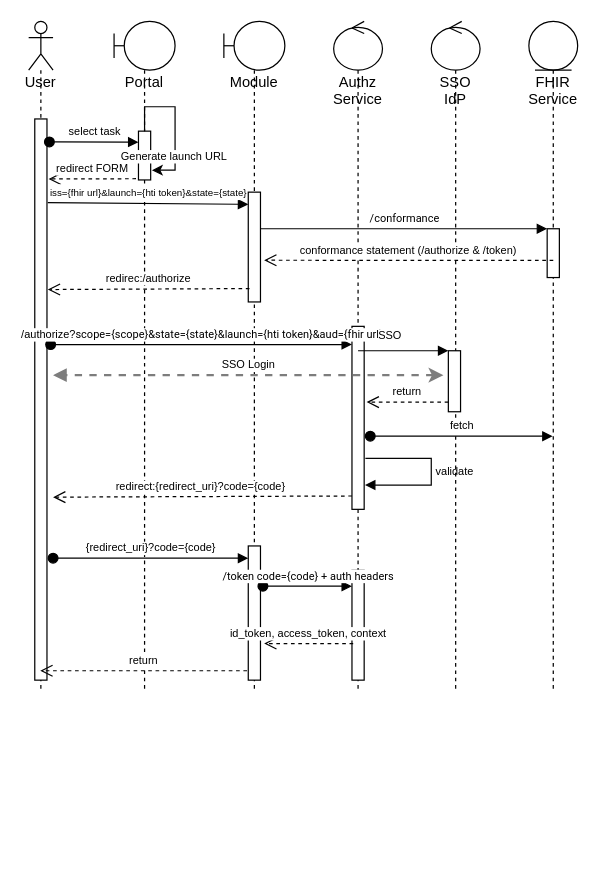
Earlier version of the draw.io diagram topics/SMART on FHIR app launch and HTI.drawio (Koppeltaal/Koppeltaal-2.0-Specificaties-en-Architectuur). Source tidied: cells renumbered, new cells numbered last; positions are measured from the earlier drawing's top-left corner, leaving out a move shared by most shapes. Both pictures are drawn from the tidied source at 122%, with x=0, y=0 at pixel (28, 21).
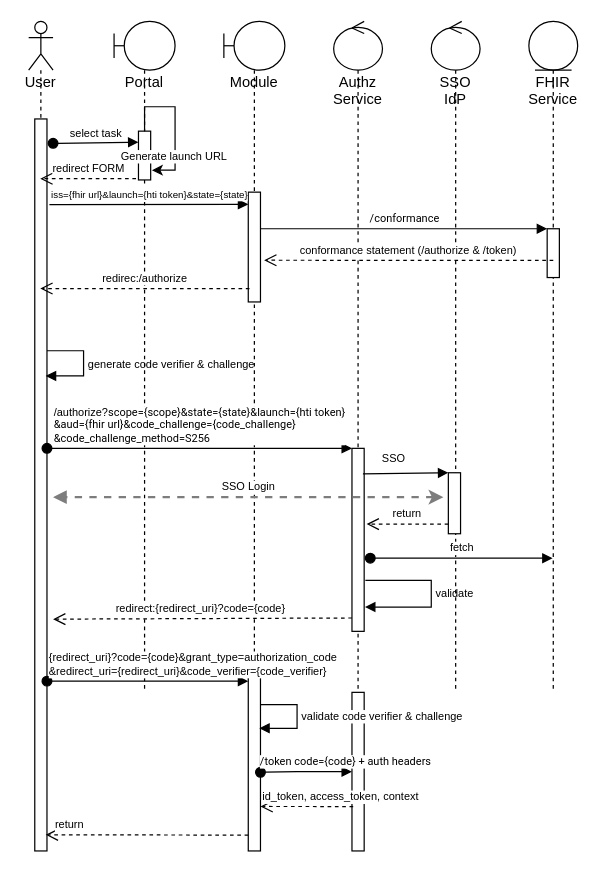
Above is the later version.

Commit message:
Adding code verifier & challenge

Unchanged cells that the change refers to:
```xml
<mxCell id="5" style="html=1;points=[];perimeter=orthogonalPerimeter;" parent="4" vertex="1">
  <mxGeometry x="20" y="90" width="10" height="40" as="geometry" />
</mxCell>
<mxCell id="9" style="html=1;points=[];perimeter=orthogonalPerimeter;fontSize=9;" parent="8" vertex="1">
  <mxGeometry x="20" y="140" width="10" height="90" as="geometry" />
</mxCell>
<mxCell id="15" value="SSO IdP" style="shape=umlLifeline;participant=umlControl;perimeter=lifelinePerimeter;whiteSpace=wrap;html=1;verticalAlign=top;spacingTop=36;" parent="1" vertex="1">
  <mxGeometry x="330" width="40" height="550" as="geometry" />
</mxCell>
<mxCell id="17" value="FHIR Service" style="shape=umlLifeline;participant=umlEntity;perimeter=lifelinePerimeter;whiteSpace=wrap;html=1;verticalAlign=top;spacingTop=36;outlineConnect=0;" parent="1" vertex="1">
  <mxGeometry x="410" width="40" height="550" as="geometry" />
</mxCell>
```

The edit, as a diff of the source:
```diff
@@
     <mxCell id="2" value="User" style="shape=umlLifeline;participant=umlActor;perimeter=lifelinePerimeter;whiteSpace=wrap;html=1;verticalAlign=top;spacingTop=36;outlineConnect=0;" parent="1" vertex="1">
-      <mxGeometry width="20" height="550" as="geometry" />
+      <mxGeometry width="20" height="680" as="geometry" />
     </mxCell>
     <mxCell id="3" style="html=1;points=[];perimeter=orthogonalPerimeter;" parent="2" vertex="1">
-      <mxGeometry x="5" y="80" width="10" height="460" as="geometry" />
+      <mxGeometry x="5" y="80" width="10" height="600" as="geometry" />
     </mxCell>
+    <mxCell id="35" value="&lt;font style=&quot;font-size: 9px;&quot;&gt;generate code verifier &amp;amp; challenge&lt;/font&gt;" style="edgeStyle=orthogonalEdgeStyle;html=1;align=left;spacingLeft=2;endArrow=block;rounded=0;entryX=0.9;entryY=0.351;entryDx=0;entryDy=0;entryPerimeter=0;" parent="2" edge="1" target="3">
+      <mxGeometry relative="1" as="geometry">
+        <mxPoint x="15" y="270" as="sourcePoint" />
+        <Array as="points">
+          <mxPoint x="45" y="270" />
+          <mxPoint x="45" y="291" />
+        </Array>
+      </mxGeometry>
+    </mxCell>
@@
     <mxCell id="8" value="Module" style="shape=umlLifeline;participant=umlBoundary;perimeter=lifelinePerimeter;whiteSpace=wrap;html=1;verticalAlign=top;spacingTop=36;" parent="1" vertex="1">
-      <mxGeometry x="160" width="50" height="550" as="geometry" />
+      <mxGeometry x="160" width="50" height="680" as="geometry" />
     </mxCell>
@@
     <mxCell id="10" style="html=1;points=[];perimeter=orthogonalPerimeter;fontSize=9;" parent="8" vertex="1">
-      <mxGeometry x="20" y="430" width="10" height="110" as="geometry" />
+      <mxGeometry x="20" y="530" width="10" height="150" as="geometry" />
     </mxCell>
     <mxCell id="11" value="Authz Service" style="shape=umlLifeline;participant=umlControl;perimeter=lifelinePerimeter;whiteSpace=wrap;html=1;verticalAlign=top;spacingTop=36;" parent="1" vertex="1">
-      <mxGeometry x="250" width="40" height="550" as="geometry" />
+      <mxGeometry x="250" width="40" height="680" as="geometry" />
     </mxCell>
     <mxCell id="12" style="html=1;points=[];perimeter=orthogonalPerimeter;fontSize=9;" parent="11" vertex="1">
-      <mxGeometry x="15" y="250" width="10" height="150" as="geometry" />
+      <mxGeometry x="15" y="350" width="10" height="150" as="geometry" />
     </mxCell>
     <mxCell id="13" style="html=1;points=[];perimeter=orthogonalPerimeter;fontSize=9;" parent="11" vertex="1">
-      <mxGeometry x="15" y="450" width="10" height="90" as="geometry" />
+      <mxGeometry x="15" y="550" width="10" height="130" as="geometry" />
     </mxCell>
     <mxCell id="14" value="validate" style="edgeStyle=orthogonalEdgeStyle;html=1;align=left;spacingLeft=2;endArrow=block;rounded=0;fontSize=9;strokeColor=#030303;strokeWidth=1;exitX=1.1;exitY=0.721;exitDx=0;exitDy=0;exitPerimeter=0;entryX=1.067;entryY=0.867;entryDx=0;entryDy=0;entryPerimeter=0;" parent="11" edge="1" source="12" target="12">
       <mxGeometry relative="1" as="geometry">
         <Array as="points">
-          <mxPoint x="80" y="358" />
-          <mxPoint x="80" y="380" />
+          <mxPoint x="80" y="458" />
+          <mxPoint x="80" y="480" />
         </Array>
       </mxGeometry>
     </mxCell>
@@
     <mxCell id="16" style="html=1;points=[];perimeter=orthogonalPerimeter;fontSize=9;" parent="15" vertex="1">
-      <mxGeometry x="14" y="270" width="10" height="50" as="geometry" />
+      <mxGeometry x="14" y="370" width="10" height="50" as="geometry" />
     </mxCell>
@@
-    <mxCell id="19" value="select task" style="html=1;verticalAlign=bottom;startArrow=oval;startFill=1;endArrow=block;startSize=8;rounded=0;fontSize=9;exitX=1.2;exitY=0.041;exitDx=0;exitDy=0;exitPerimeter=0;" parent="1" edge="1" source="3">
+    <mxCell id="19" value="select task" style="html=1;verticalAlign=bottom;startArrow=oval;startFill=1;endArrow=block;startSize=8;rounded=0;fontSize=9;" parent="1" edge="1">
       <mxGeometry relative="1" as="geometry">
+        <mxPoint x="20" y="100" as="sourcePoint" />
         <mxPoint x="90" y="99" as="targetPoint" />
       </mxGeometry>
     </mxCell>
-    <mxCell id="20" value="redirect FORM" style="html=1;verticalAlign=bottom;endArrow=open;dashed=1;endSize=8;rounded=0;exitX=-0.2;exitY=0.975;exitDx=0;exitDy=0;exitPerimeter=0;fontSize=9;entryX=1.133;entryY=0.107;entryDx=0;entryDy=0;entryPerimeter=0;" parent="1" edge="1" source="5" target="3">
+    <mxCell id="20" value="redirect FORM" style="html=1;verticalAlign=bottom;endArrow=open;dashed=1;endSize=8;rounded=0;exitX=-0.2;exitY=0.975;exitDx=0;exitDy=0;exitPerimeter=0;fontSize=9;" parent="1" edge="1" source="5" target="2">
       <mxGeometry relative="1" as="geometry" />
     </mxCell>
-    <mxCell id="21" value="&lt;span style=&quot;text-align: start;&quot; id=&quot;docs-internal-guid-1505f8b8-7fff-2bb9-398f-21b4f6429415&quot;&gt;&lt;p style=&quot;line-height: 1.2; text-align: center; margin-top: 0pt; margin-bottom: 0pt;&quot; dir=&quot;ltr&quot;&gt;&lt;span style=&quot;font-family: Asap, sans-serif; font-variant-ligatures: normal; font-variant-east-asian: normal; font-variant-position: normal; vertical-align: baseline;&quot;&gt;&lt;font style=&quot;font-size: 8px;&quot;&gt;iss={fhir url}&amp;amp;launch={hti token}&amp;amp;state={state}&lt;/font&gt;&lt;/span&gt;&lt;/p&gt;&lt;/span&gt;" style="html=1;verticalAlign=bottom;endArrow=block;rounded=0;exitX=1.067;exitY=0.149;exitDx=0;exitDy=0;exitPerimeter=0;" parent="1" edge="1" source="3">
+    <mxCell id="21" value="&lt;span style=&quot;text-align: start;&quot; id=&quot;docs-internal-guid-1505f8b8-7fff-2bb9-398f-21b4f6429415&quot;&gt;&lt;p style=&quot;line-height: 1.2; text-align: center; margin-top: 0pt; margin-bottom: 0pt;&quot; dir=&quot;ltr&quot;&gt;&lt;span style=&quot;font-family: Asap, sans-serif; font-variant-ligatures: normal; font-variant-east-asian: normal; font-variant-position: normal; vertical-align: baseline;&quot;&gt;&lt;font style=&quot;font-size: 8px;&quot;&gt;iss={fhir url}&amp;amp;launch={hti token}&amp;amp;state={state}&lt;/font&gt;&lt;/span&gt;&lt;/p&gt;&lt;/span&gt;" style="html=1;verticalAlign=bottom;endArrow=block;rounded=0;exitX=1.2;exitY=0.117;exitDx=0;exitDy=0;exitPerimeter=0;" parent="1" edge="1" source="3">
       <mxGeometry relative="1" as="geometry">
         <mxPoint x="180" y="150" as="targetPoint" />
       </mxGeometry>
     </mxCell>
@@
-    <mxCell id="24" value="&lt;span style=&quot;text-align: start;&quot; id=&quot;docs-internal-guid-549b7491-7fff-cfe8-88d7-1d511a69c36a&quot;&gt;&lt;span style=&quot;font-family: Roboto, sans-serif; font-variant-ligatures: normal; font-variant-east-asian: normal; font-variant-position: normal; vertical-align: baseline;&quot;&gt;&lt;font style=&quot;font-size: 9px;&quot;&gt;&lt;span style=&quot;font-family: Helvetica; text-align: center;&quot;&gt;/authorize?&lt;/span&gt;scope={scope}&amp;amp;state={state}&amp;amp;launch={hti token}&amp;amp;aud={fhir url}&lt;/font&gt;&lt;/span&gt;&lt;/span&gt;" style="html=1;verticalAlign=bottom;startArrow=oval;endArrow=block;startSize=8;rounded=0;fontSize=9;exitX=1.3;exitY=0.402;exitDx=0;exitDy=0;exitPerimeter=0;" parent="1" edge="1" source="3" target="12">
-      <mxGeometry relative="1" as="geometry" />
+    <mxCell id="24" value="&lt;span style=&quot;&quot; id=&quot;docs-internal-guid-549b7491-7fff-cfe8-88d7-1d511a69c36a&quot;&gt;&lt;span style=&quot;font-family: Roboto, sans-serif; font-variant-ligatures: normal; font-variant-east-asian: normal; font-variant-position: normal; vertical-align: baseline;&quot;&gt;&lt;font style=&quot;font-size: 9px;&quot;&gt;&lt;span style=&quot;font-family: Helvetica; text-align: center;&quot;&gt;/authorize?&lt;/span&gt;scope={scope}&amp;amp;state={state}&amp;amp;launch={hti token}&lt;br&gt;&lt;div style=&quot;text-align: left;&quot;&gt;&amp;amp;aud={fhir url}&amp;amp;code_challenge={code_challenge}&lt;/div&gt;&lt;div style=&quot;text-align: left;&quot;&gt;&amp;amp;code_challenge_method=S256&lt;/div&gt;&lt;/font&gt;&lt;/span&gt;&lt;/span&gt;" style="html=1;verticalAlign=bottom;startArrow=oval;endArrow=block;startSize=8;rounded=0;fontSize=9;" parent="1" edge="1" target="12">
+      <mxGeometry relative="1" as="geometry">
+        <mxPoint x="15" y="350" as="sourcePoint" />
+        <Array as="points">
+          <mxPoint x="50" y="350" />
+        </Array>
+      </mxGeometry>
     </mxCell>
-    <mxCell id="25" value="SSO" style="html=1;verticalAlign=bottom;endArrow=block;entryX=0;entryY=0;rounded=0;fontSize=9;" parent="1" edge="1" target="16">
-      <mxGeometry x="-0.29" y="4" relative="1" as="geometry">
-        <mxPoint x="270" y="270" as="sourcePoint" />
-      </mxGeometry>
+    <mxCell id="25" value="SSO" style="html=1;verticalAlign=bottom;endArrow=block;entryX=0;entryY=0;rounded=0;fontSize=9;exitX=0.9;exitY=0.14;exitDx=0;exitDy=0;exitPerimeter=0;" parent="1" edge="1" source="12" target="16">
+      <mxGeometry x="-0.29" y="4" relative="1" as="geometry" />
     </mxCell>
     <mxCell id="26" value="SSO Login" style="html=1;verticalAlign=bottom;endArrow=block;rounded=0;fontSize=9;startArrow=classic;startFill=1;strokeWidth=2;dashed=1;strokeColor=#7D7D7D;" parent="1" edge="1">
       <mxGeometry relative="1" as="geometry">
-        <mxPoint x="340" y="290" as="sourcePoint" />
-        <mxPoint x="20" y="290" as="targetPoint" />
+        <mxPoint x="340" y="390" as="sourcePoint" />
+        <mxPoint x="20" y="390" as="targetPoint" />
       </mxGeometry>
     </mxCell>
@@
-    <mxCell id="28" value="redirec:/authorize" style="html=1;verticalAlign=bottom;endArrow=open;dashed=1;endSize=8;rounded=0;exitX=0.1;exitY=0.878;exitDx=0;exitDy=0;exitPerimeter=0;fontSize=9;entryX=1.067;entryY=0.304;entryDx=0;entryDy=0;entryPerimeter=0;" parent="1" edge="1" source="9" target="3">
+    <mxCell id="28" value="redirec:/authorize" style="html=1;verticalAlign=bottom;endArrow=open;dashed=1;endSize=8;rounded=0;exitX=0.1;exitY=0.878;exitDx=0;exitDy=0;exitPerimeter=0;fontSize=9;" parent="1" edge="1" source="9" target="2">
       <mxGeometry relative="1" as="geometry" />
     </mxCell>
     <mxCell id="29" value="redirect:{redirect_uri}?code={code}&amp;nbsp;" style="html=1;verticalAlign=bottom;endArrow=open;dashed=1;endSize=8;rounded=0;fontSize=9;strokeWidth=1;exitX=0;exitY=0.927;exitDx=0;exitDy=0;exitPerimeter=0;" parent="1" edge="1" source="12">
       <mxGeometry relative="1" as="geometry">
-        <mxPoint x="20" y="390" as="targetPoint" />
+        <mxPoint x="20" y="490" as="targetPoint" />
       </mxGeometry>
     </mxCell>
-    <mxCell id="30" value="{redirect_uri}?code={code}" style="html=1;verticalAlign=bottom;startArrow=oval;endArrow=block;startSize=8;rounded=0;fontSize=9;strokeWidth=1;" parent="1" edge="1" target="10">
-      <mxGeometry relative="1" as="geometry">
-        <mxPoint x="20" y="440" as="sourcePoint" />
-      </mxGeometry>
+    <mxCell id="30" value="&lt;div style=&quot;&quot;&gt;{redirect_uri}?code={code}&amp;amp;grant_type=authorization_code&lt;/div&gt;&lt;div style=&quot;&quot;&gt;&amp;amp;redirect_uri={redirect_uri}&amp;amp;code_verifier={code_verifier}&lt;/div&gt;" style="html=1;verticalAlign=bottom;startArrow=oval;endArrow=block;startSize=8;rounded=0;fontSize=9;strokeWidth=1;align=left;exitX=1;exitY=0.768;exitDx=0;exitDy=0;exitPerimeter=0;" parent="1" edge="1" source="3" target="10">
+      <mxGeometry x="-1" relative="1" as="geometry" />
     </mxCell>
-    <mxCell id="31" value="&lt;span style=&quot;text-align: start;&quot; id=&quot;docs-internal-guid-0ab07bfd-7fff-b5ed-49af-7fb6f616343c&quot;&gt;&lt;p style=&quot;line-height: 1.2; text-align: center; margin-top: 0pt; margin-bottom: 0pt;&quot; dir=&quot;ltr&quot;&gt;&lt;span style=&quot;font-family: Roboto, sans-serif; font-variant-ligatures: normal; font-variant-east-asian: normal; font-variant-position: normal; vertical-align: baseline;&quot;&gt;&lt;font style=&quot;font-size: 9px;&quot;&gt;/token code={code} + auth headers&lt;/font&gt;&lt;/span&gt;&lt;/p&gt;&lt;/span&gt;" style="html=1;verticalAlign=bottom;startArrow=oval;endArrow=block;startSize=8;rounded=0;fontSize=9;strokeWidth=1;exitX=1.2;exitY=0.3;exitDx=0;exitDy=0;exitPerimeter=0;" parent="1" edge="1" source="10" target="13">
-      <mxGeometry relative="1" as="geometry" />
+    <mxCell id="31" value="&lt;span style=&quot;&quot; id=&quot;docs-internal-guid-0ab07bfd-7fff-b5ed-49af-7fb6f616343c&quot;&gt;&lt;p style=&quot;line-height: 1.2; margin-top: 0pt; margin-bottom: 0pt;&quot; dir=&quot;ltr&quot;&gt;&lt;span style=&quot;font-family: Roboto, sans-serif; font-variant-ligatures: normal; font-variant-east-asian: normal; font-variant-position: normal; vertical-align: baseline;&quot;&gt;&lt;font style=&quot;font-size: 9px;&quot;&gt;/token code={code} + auth headers&lt;/font&gt;&lt;/span&gt;&lt;/p&gt;&lt;/span&gt;" style="html=1;verticalAlign=bottom;startArrow=oval;endArrow=block;startSize=8;rounded=0;fontSize=9;strokeWidth=1;exitX=1;exitY=0.57;exitDx=0;exitDy=0;exitPerimeter=0;align=left;" parent="1" edge="1" source="10" target="13">
+      <mxGeometry x="-1" y="-2" relative="1" as="geometry">
+        <Array as="points">
+          <mxPoint x="220" y="615" />
+        </Array>
+        <mxPoint x="-2" y="-2" as="offset" />
+      </mxGeometry>
     </mxCell>
-    <mxCell id="32" value="id_token, access_token, context" style="html=1;verticalAlign=bottom;endArrow=open;dashed=1;endSize=8;rounded=0;fontSize=9;strokeColor=#030303;strokeWidth=1;exitX=0.1;exitY=0.667;exitDx=0;exitDy=0;exitPerimeter=0;entryX=1.3;entryY=0.727;entryDx=0;entryDy=0;entryPerimeter=0;" parent="1" edge="1" source="13" target="10">
-      <mxGeometry relative="1" as="geometry" />
+    <mxCell id="32" value="id_token, access_token, context" style="html=1;verticalAlign=bottom;endArrow=open;dashed=1;endSize=8;rounded=0;fontSize=9;strokeColor=#030303;strokeWidth=1;exitX=0.1;exitY=0.72;exitDx=0;exitDy=0;exitPerimeter=0;entryX=1;entryY=0.757;entryDx=0;entryDy=0;entryPerimeter=0;align=left;" parent="1" edge="1" source="13" target="10">
+      <mxGeometry x="1" relative="1" as="geometry" />
     </mxCell>
-    <mxCell id="33" value="return" style="html=1;verticalAlign=bottom;endArrow=open;dashed=1;endSize=8;rounded=0;fontSize=9;strokeColor=#030303;strokeWidth=1;exitX=-0.1;exitY=0.93;exitDx=0;exitDy=0;exitPerimeter=0;" parent="1" edge="1" source="10" target="2">
-      <mxGeometry relative="1" as="geometry" />
+    <mxCell id="33" value="return" style="html=1;verticalAlign=bottom;endArrow=open;dashed=1;endSize=8;rounded=0;fontSize=9;strokeColor=#030303;strokeWidth=1;entryX=0.9;entryY=0.978;entryDx=0;entryDy=0;entryPerimeter=0;align=left;" parent="1" edge="1" target="3">
+      <mxGeometry x="0.93" relative="1" as="geometry">
+        <mxPoint x="180" y="667" as="sourcePoint" />
+      </mxGeometry>
     </mxCell>
-    <mxCell id="34" value="fetch" style="html=1;verticalAlign=bottom;startArrow=oval;startFill=1;endArrow=block;startSize=8;rounded=0;fontSize=9;" parent="1" edge="1" target="17">
+    <mxCell id="34" value="fetch" style="html=1;verticalAlign=bottom;startArrow=oval;startFill=1;endArrow=block;startSize=8;rounded=0;fontSize=9;" parent="1" edge="1">
       <mxGeometry relative="1" as="geometry">
-        <mxPoint x="280" y="340" as="sourcePoint" />
+        <mxPoint x="280" y="440" as="sourcePoint" />
+        <mxPoint x="429.5" y="440" as="targetPoint" />
         <Array as="points">
-          <mxPoint x="400" y="340" />
+          <mxPoint x="400" y="440" />
         </Array>
       </mxGeometry>
     </mxCell>
+    <mxCell id="36" value="validate code verifier &amp;amp; challenge" style="edgeStyle=orthogonalEdgeStyle;html=1;align=left;spacingLeft=2;endArrow=block;rounded=0;entryX=0.9;entryY=0.33;fontSize=9;entryDx=0;entryDy=0;entryPerimeter=0;" parent="1" edge="1" target="10">
+      <mxGeometry relative="1" as="geometry">
+        <mxPoint x="190" y="560" as="sourcePoint" />
+        <Array as="points">
+          <mxPoint x="220" y="560" />
+          <mxPoint x="220" y="580" />
+        </Array>
+      </mxGeometry>
+    </mxCell>
```
